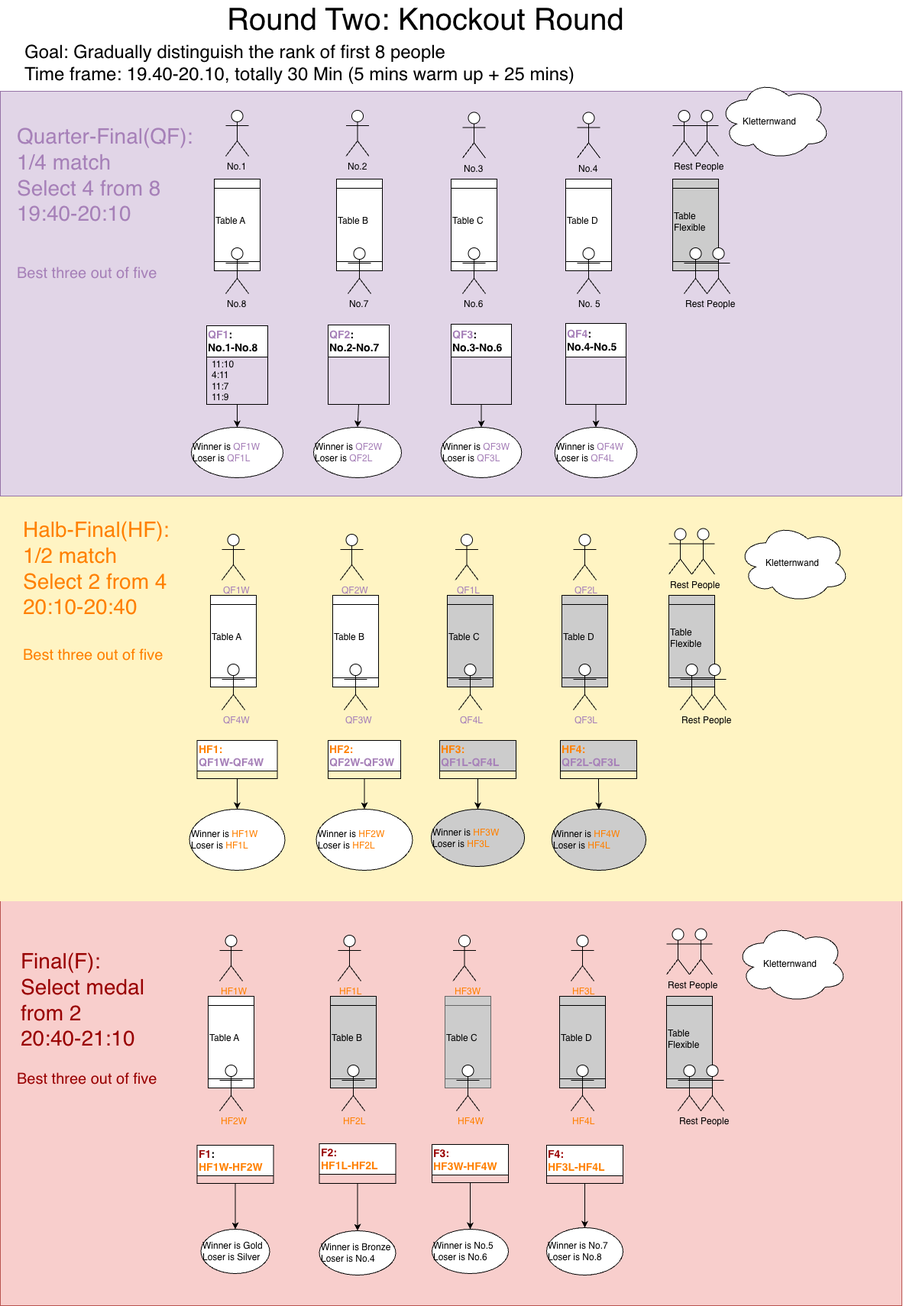
wanchang97/pingpong-rules keeps this draw.io diagram as RoundTwoKnockoutRound.png. Above is the earlier version. Source tidied: cells renumbered, new cells last; positions are measured from the earlier drawing's top-left corner, leaving out a move shared by most shapes.
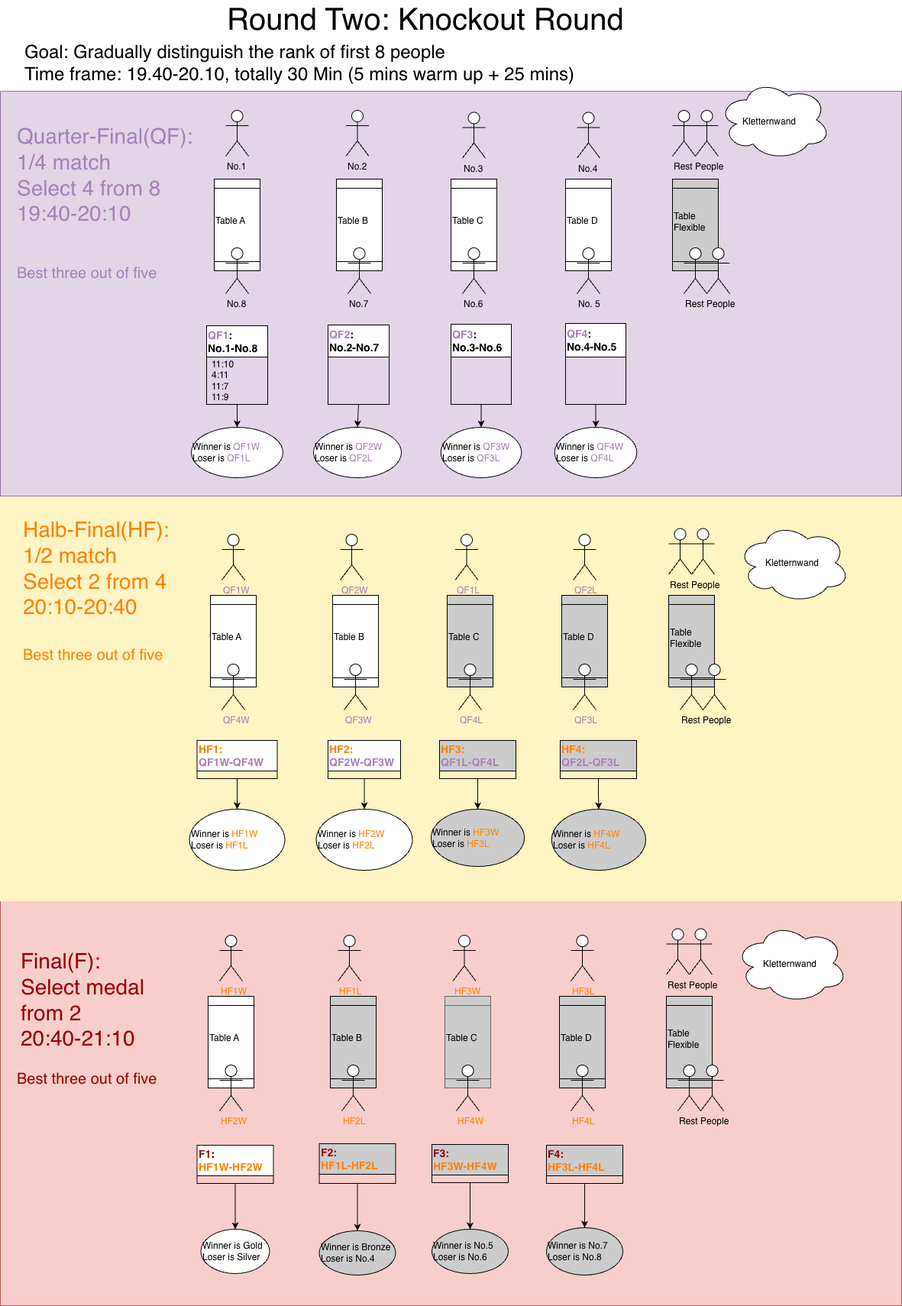
Above is the later version.

What changed in the source:
```diff
@@ -188,28 +188,28 @@
     <mxCell id="63" style="edgeStyle=orthogonalEdgeStyle;rounded=0;jettySize=auto;html=1;exitX=0.5;exitY=1;exitDx=0;exitDy=0;entryX=0.5;entryY=0;entryDx=0;entryDy=0;" parent="1" edge="1" source="64" target="65">
       <mxGeometry relative="1" as="geometry" />
     </mxCell>
-    <mxCell id="64" value="&lt;span style=&quot;font-family: Helvetica; font-style: normal; font-variant-ligatures: normal; font-variant-caps: normal; font-weight: 700; letter-spacing: normal; orphans: 2; text-indent: 0px; text-transform: none; widows: 2; word-spacing: 0px; -webkit-text-stroke-width: 0px; white-space: normal; text-decoration-thickness: initial; text-decoration-style: initial; text-decoration-color: initial; float: none; display: inline !important;&quot;&gt;&lt;font style=&quot;font-size: 14px; color: rgb(153, 0, 0);&quot;&gt;F2:&lt;/font&gt;&lt;/span&gt;&lt;div&gt;&lt;span style=&quot;font-family: Helvetica; font-style: normal; font-variant-ligatures: normal; font-variant-caps: normal; font-weight: 700; letter-spacing: normal; orphans: 2; text-indent: 0px; text-transform: none; widows: 2; word-spacing: 0px; -webkit-text-stroke-width: 0px; white-space: normal; text-decoration-thickness: initial; text-decoration-style: initial; text-decoration-color: initial; float: none; display: inline !important;&quot;&gt;&lt;font style=&quot;font-size: 14px; color: rgb(255, 128, 0);&quot;&gt;HF1L-HF2L&lt;/font&gt;&lt;/span&gt;&lt;/div&gt;" style="swimlane;whiteSpace=wrap;html=1;startSize=40;align=left;" parent="1" vertex="1" collapsed="1">
+    <mxCell id="64" value="&lt;span style=&quot;font-family: Helvetica; font-style: normal; font-variant-ligatures: normal; font-variant-caps: normal; font-weight: 700; letter-spacing: normal; orphans: 2; text-indent: 0px; text-transform: none; widows: 2; word-spacing: 0px; -webkit-text-stroke-width: 0px; white-space: normal; text-decoration-thickness: initial; text-decoration-style: initial; text-decoration-color: initial; float: none; display: inline !important;&quot;&gt;&lt;font style=&quot;font-size: 14px; color: rgb(153, 0, 0);&quot;&gt;F2:&lt;/font&gt;&lt;/span&gt;&lt;div&gt;&lt;span style=&quot;font-family: Helvetica; font-style: normal; font-variant-ligatures: normal; font-variant-caps: normal; font-weight: 700; letter-spacing: normal; orphans: 2; text-indent: 0px; text-transform: none; widows: 2; word-spacing: 0px; -webkit-text-stroke-width: 0px; white-space: normal; text-decoration-thickness: initial; text-decoration-style: initial; text-decoration-color: initial; float: none; display: inline !important;&quot;&gt;&lt;font style=&quot;font-size: 14px; color: rgb(255, 128, 0);&quot;&gt;HF1L-HF2L&lt;/font&gt;&lt;/span&gt;&lt;/div&gt;" style="swimlane;whiteSpace=wrap;html=1;startSize=40;align=left;fillColor=#CCCCCC;" parent="1" vertex="1" collapsed="1">
       <mxGeometry x="417.5" y="1488" width="100" height="52" as="geometry" />
     </mxCell>
-    <mxCell id="65" value="Winner is Bronze&lt;div&gt;Loser is No.4&lt;/div&gt;" style="ellipse;whiteSpace=wrap;html=1;align=left;" parent="1" vertex="1">
+    <mxCell id="65" value="Winner is Bronze&lt;div&gt;Loser is No.4&lt;/div&gt;" style="ellipse;whiteSpace=wrap;html=1;align=left;fillColor=#CCCCCC;" parent="1" vertex="1">
       <mxGeometry x="417.5" y="1602" width="100" height="58" as="geometry" />
     </mxCell>
     <mxCell id="66" style="edgeStyle=orthogonalEdgeStyle;rounded=0;jettySize=auto;html=1;exitX=0.5;exitY=1;exitDx=0;exitDy=0;entryX=0.5;entryY=0;entryDx=0;entryDy=0;" parent="1" edge="1" source="67" target="70">
       <mxGeometry relative="1" as="geometry" />
     </mxCell>
-    <mxCell id="67" value="&lt;span style=&quot;font-family: Helvetica; font-style: normal; font-variant-ligatures: normal; font-variant-caps: normal; font-weight: 700; letter-spacing: normal; orphans: 2; text-indent: 0px; text-transform: none; widows: 2; word-spacing: 0px; -webkit-text-stroke-width: 0px; white-space: normal; text-decoration-thickness: initial; text-decoration-style: initial; text-decoration-color: initial; float: none; display: inline !important;&quot;&gt;&lt;font style=&quot;font-size: 14px; color: rgb(153, 0, 0);&quot;&gt;F3:&lt;/font&gt;&lt;/span&gt;&lt;div&gt;&lt;span style=&quot;font-family: Helvetica; font-style: normal; font-variant-ligatures: normal; font-variant-caps: normal; font-weight: 700; letter-spacing: normal; orphans: 2; text-indent: 0px; text-transform: none; widows: 2; word-spacing: 0px; -webkit-text-stroke-width: 0px; white-space: normal; text-decoration-thickness: initial; text-decoration-style: initial; text-decoration-color: initial; float: none; display: inline !important;&quot;&gt;&lt;font style=&quot;font-size: 14px; color: rgb(255, 128, 0);&quot;&gt;HF3W-HF4W&lt;/font&gt;&lt;/span&gt;&lt;/div&gt;" style="swimlane;whiteSpace=wrap;html=1;startSize=40;align=left;" parent="1" vertex="1" collapsed="1">
+    <mxCell id="67" value="&lt;span style=&quot;font-family: Helvetica; font-style: normal; font-variant-ligatures: normal; font-variant-caps: normal; font-weight: 700; letter-spacing: normal; orphans: 2; text-indent: 0px; text-transform: none; widows: 2; word-spacing: 0px; -webkit-text-stroke-width: 0px; white-space: normal; text-decoration-thickness: initial; text-decoration-style: initial; text-decoration-color: initial; float: none; display: inline !important;&quot;&gt;&lt;font style=&quot;font-size: 14px; color: rgb(153, 0, 0);&quot;&gt;F3:&lt;/font&gt;&lt;/span&gt;&lt;div&gt;&lt;span style=&quot;font-family: Helvetica; font-style: normal; font-variant-ligatures: normal; font-variant-caps: normal; font-weight: 700; letter-spacing: normal; orphans: 2; text-indent: 0px; text-transform: none; widows: 2; word-spacing: 0px; -webkit-text-stroke-width: 0px; white-space: normal; text-decoration-thickness: initial; text-decoration-style: initial; text-decoration-color: initial; float: none; display: inline !important;&quot;&gt;&lt;font style=&quot;font-size: 14px; color: rgb(255, 128, 0);&quot;&gt;HF3W-HF4W&lt;/font&gt;&lt;/span&gt;&lt;/div&gt;" style="swimlane;whiteSpace=wrap;html=1;startSize=40;align=left;fillColor=#CCCCCC;" parent="1" vertex="1" collapsed="1">
       <mxGeometry x="565" y="1489" width="100" height="50" as="geometry" />
     </mxCell>
     <mxCell id="68" style="edgeStyle=orthogonalEdgeStyle;rounded=0;jettySize=auto;html=1;exitX=0.5;exitY=1;exitDx=0;exitDy=0;entryX=0.5;entryY=0;entryDx=0;entryDy=0;" parent="1" edge="1" source="69" target="71">
       <mxGeometry relative="1" as="geometry" />
     </mxCell>
-    <mxCell id="69" value="&lt;span style=&quot;font-family: Helvetica; font-style: normal; font-variant-ligatures: normal; font-variant-caps: normal; font-weight: 700; letter-spacing: normal; orphans: 2; text-indent: 0px; text-transform: none; widows: 2; word-spacing: 0px; -webkit-text-stroke-width: 0px; white-space: normal; text-decoration-thickness: initial; text-decoration-style: initial; text-decoration-color: initial; float: none; display: inline !important;&quot;&gt;&lt;font style=&quot;font-size: 14px; color: rgb(153, 0, 0);&quot;&gt;F4:&lt;/font&gt;&lt;/span&gt;&lt;div&gt;&lt;span style=&quot;font-family: Helvetica; font-style: normal; font-variant-ligatures: normal; font-variant-caps: normal; font-weight: 700; letter-spacing: normal; orphans: 2; text-indent: 0px; text-transform: none; widows: 2; word-spacing: 0px; -webkit-text-stroke-width: 0px; white-space: normal; text-decoration-thickness: initial; text-decoration-style: initial; text-decoration-color: initial; float: none; display: inline !important;&quot;&gt;&lt;font style=&quot;font-size: 14px; color: rgb(255, 128, 0);&quot;&gt;HF3L-HF4L&lt;/font&gt;&lt;/span&gt;&lt;/div&gt;" style="swimlane;whiteSpace=wrap;html=1;startSize=40;align=left;" parent="1" vertex="1" collapsed="1">
+    <mxCell id="69" value="&lt;span style=&quot;font-family: Helvetica; font-style: normal; font-variant-ligatures: normal; font-variant-caps: normal; font-weight: 700; letter-spacing: normal; orphans: 2; text-indent: 0px; text-transform: none; widows: 2; word-spacing: 0px; -webkit-text-stroke-width: 0px; white-space: normal; text-decoration-thickness: initial; text-decoration-style: initial; text-decoration-color: initial; float: none; display: inline !important;&quot;&gt;&lt;font style=&quot;font-size: 14px; color: rgb(153, 0, 0);&quot;&gt;F4:&lt;/font&gt;&lt;/span&gt;&lt;div&gt;&lt;span style=&quot;font-family: Helvetica; font-style: normal; font-variant-ligatures: normal; font-variant-caps: normal; font-weight: 700; letter-spacing: normal; orphans: 2; text-indent: 0px; text-transform: none; widows: 2; word-spacing: 0px; -webkit-text-stroke-width: 0px; white-space: normal; text-decoration-thickness: initial; text-decoration-style: initial; text-decoration-color: initial; float: none; display: inline !important;&quot;&gt;&lt;font style=&quot;font-size: 14px; color: rgb(255, 128, 0);&quot;&gt;HF3L-HF4L&lt;/font&gt;&lt;/span&gt;&lt;/div&gt;" style="swimlane;whiteSpace=wrap;html=1;startSize=40;align=left;fillColor=#CCCCCC;" parent="1" vertex="1" collapsed="1">
       <mxGeometry x="715" y="1490" width="100" height="50" as="geometry" />
     </mxCell>
-    <mxCell id="70" value="Winner is No.5&lt;div&gt;Loser is No.6&lt;/div&gt;" style="ellipse;whiteSpace=wrap;html=1;align=left;" parent="1" vertex="1">
+    <mxCell id="70" value="Winner is No.5&lt;div&gt;Loser is No.6&lt;/div&gt;" style="ellipse;whiteSpace=wrap;html=1;align=left;fillColor=#CCCCCC;" parent="1" vertex="1">
       <mxGeometry x="565" y="1600" width="100" height="58" as="geometry" />
     </mxCell>
-    <mxCell id="71" value="Winner is No.7&lt;div&gt;Loser is No.8&lt;/div&gt;" style="ellipse;whiteSpace=wrap;html=1;align=left;" parent="1" vertex="1">
+    <mxCell id="71" value="Winner is No.7&lt;div&gt;Loser is No.8&lt;/div&gt;" style="ellipse;whiteSpace=wrap;html=1;align=left;fillColor=#CCCCCC;" parent="1" vertex="1">
       <mxGeometry x="715" y="1598" width="100" height="62" as="geometry" />
     </mxCell>
     <mxCell id="72" style="ellipse;shape=cloud;whiteSpace=wrap;html=1;align=left;" parent="1" vertex="1">
```
